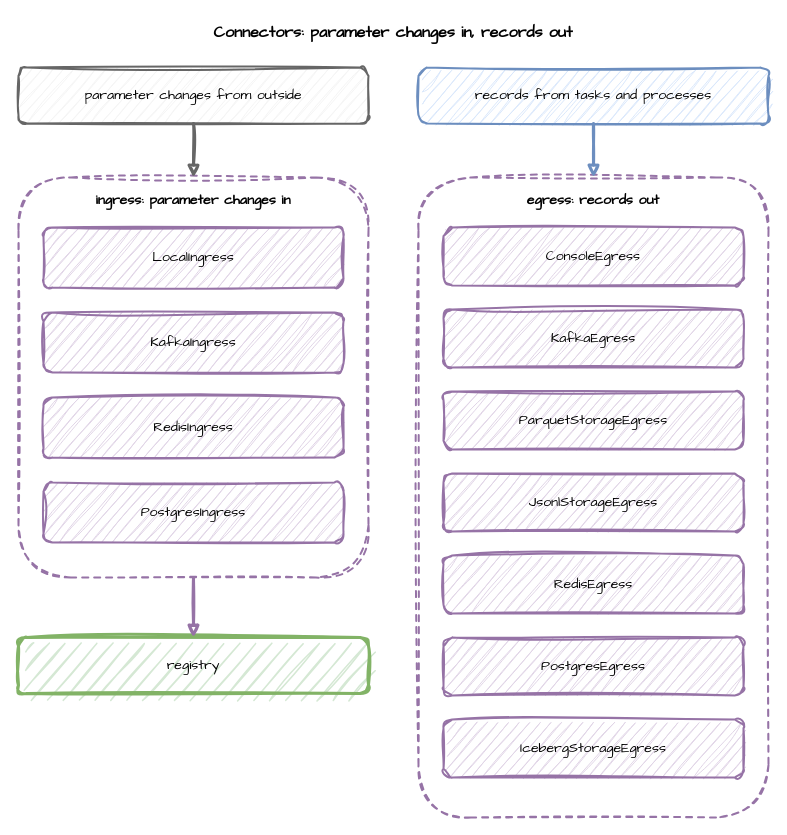
Before: docs/assets/diagrams/connectors-overview.drawio in jaehyeon-kim/desflow, a draw.io diagram. Source tidied: cells renumbered, new cells numbered last; positions are measured from the earlier drawing's top-left corner, leaving out a move shared by most shapes. Both pictures are drawn from the tidied source at 100%, with x=0, y=0 at pixel (18, 17).
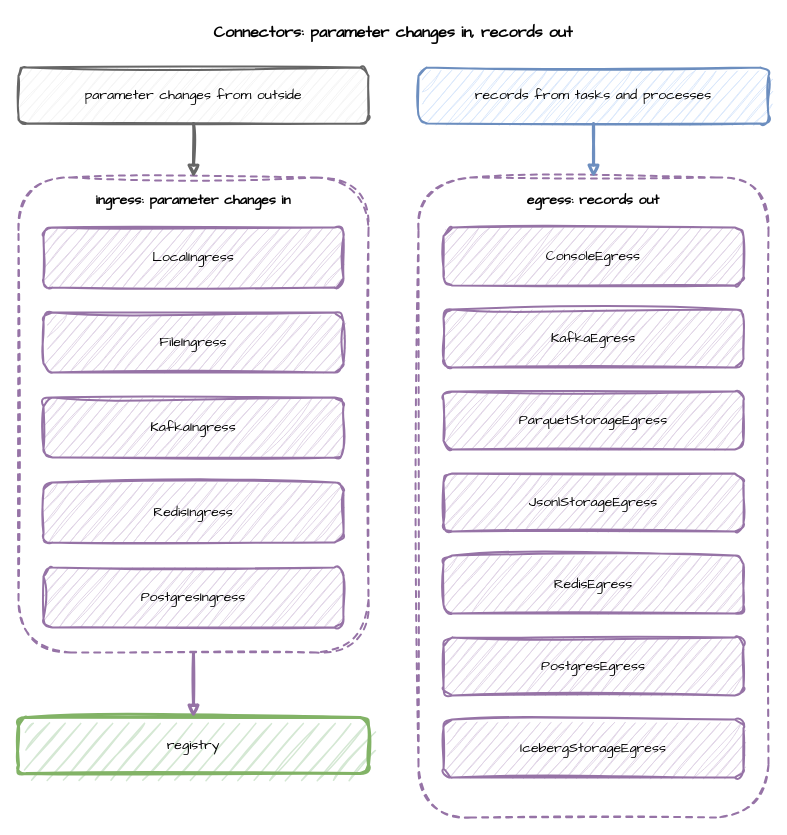
The same page after the edit.

Diff of the diagram source:
```diff
@@
     <mxCell id="4" value="ingress: parameter changes in" style="rounded=1;whiteSpace=wrap;html=1;sketch=1;curveFitting=1;jiggle=2;fontFamily=Comic Sans MS;fontSize=14;fillColor=none;strokeColor=#666666;strokeWidth=2;dashed=1;verticalAlign=top;align=center;spacingTop=8;strokeColor=#9673a6;fontStyle=1;" parent="1" vertex="1">
-      <mxGeometry y="160" width="350" height="400" as="geometry" />
+      <mxGeometry y="160" width="350" height="475" as="geometry" />
     </mxCell>
@@
+    <mxCell id="22" value="FileIngress" style="rounded=1;whiteSpace=wrap;html=1;sketch=1;curveFitting=1;jiggle=2;fontFamily=Comic Sans MS;fontSize=14;fillColor=#e1d5e7;strokeColor=#9673a6;strokeWidth=2;" parent="1" vertex="1">
+      <mxGeometry x="25" y="295" width="300" height="60" as="geometry" />
+    </mxCell>
     <mxCell id="6" value="KafkaIngress" style="rounded=1;whiteSpace=wrap;html=1;sketch=1;curveFitting=1;jiggle=2;fontFamily=Comic Sans MS;fontSize=14;fillColor=#e1d5e7;strokeColor=#9673a6;strokeWidth=2;" parent="1" vertex="1">
-      <mxGeometry x="25" y="295" width="300" height="60" as="geometry" />
+      <mxGeometry x="25" y="380" width="300" height="60" as="geometry" />
     </mxCell>
     <mxCell id="7" value="RedisIngress" style="rounded=1;whiteSpace=wrap;html=1;sketch=1;curveFitting=1;jiggle=2;fontFamily=Comic Sans MS;fontSize=14;fillColor=#e1d5e7;strokeColor=#9673a6;strokeWidth=2;" parent="1" vertex="1">
-      <mxGeometry x="25" y="380" width="300" height="60" as="geometry" />
+      <mxGeometry x="25" y="465" width="300" height="60" as="geometry" />
     </mxCell>
     <mxCell id="8" value="PostgresIngress" style="rounded=1;whiteSpace=wrap;html=1;sketch=1;curveFitting=1;jiggle=2;fontFamily=Comic Sans MS;fontSize=14;fillColor=#e1d5e7;strokeColor=#9673a6;strokeWidth=2;" parent="1" vertex="1">
-      <mxGeometry x="25" y="465" width="300" height="60" as="geometry" />
+      <mxGeometry x="25" y="550" width="300" height="60" as="geometry" />
     </mxCell>
     <mxCell id="9" value="registry" style="rounded=1;whiteSpace=wrap;html=1;sketch=1;curveFitting=1;jiggle=2;fontFamily=Comic Sans MS;fontSize=14;fillColor=#d5e8d4;strokeColor=#82b366;strokeWidth=3;" parent="1" vertex="1">
-      <mxGeometry y="620" width="350" height="56" as="geometry" />
+      <mxGeometry y="700" width="350" height="56" as="geometry" />
     </mxCell>
```
